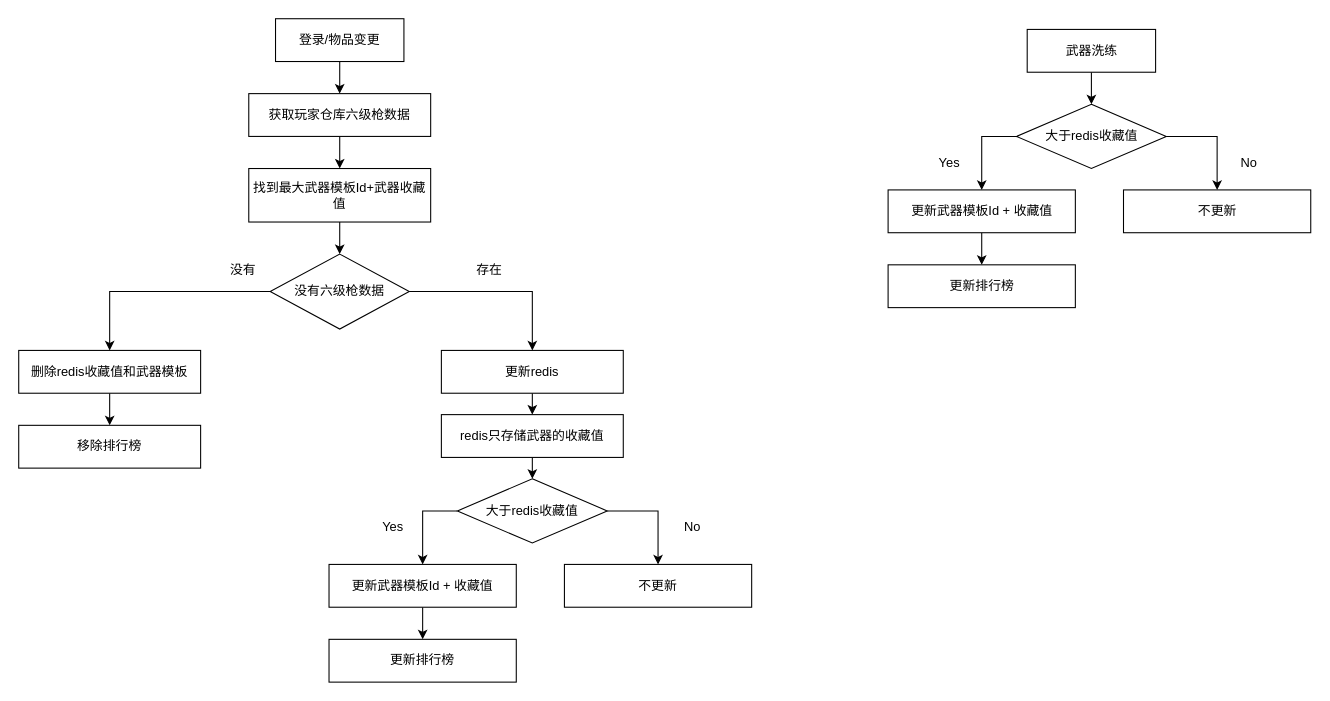
Above: SSJJ2/SSJJ2武器洗练排行榜.drawio in Ordertiny/graph (draw.io), before the change. Source tidied: cells renumbered, new cells numbered last; positions are measured from the earlier drawing's top-left corner, leaving out a move shared by most shapes. Both pictures are drawn from the tidied source at 107%, with x=0, y=0 at pixel (18, 18).
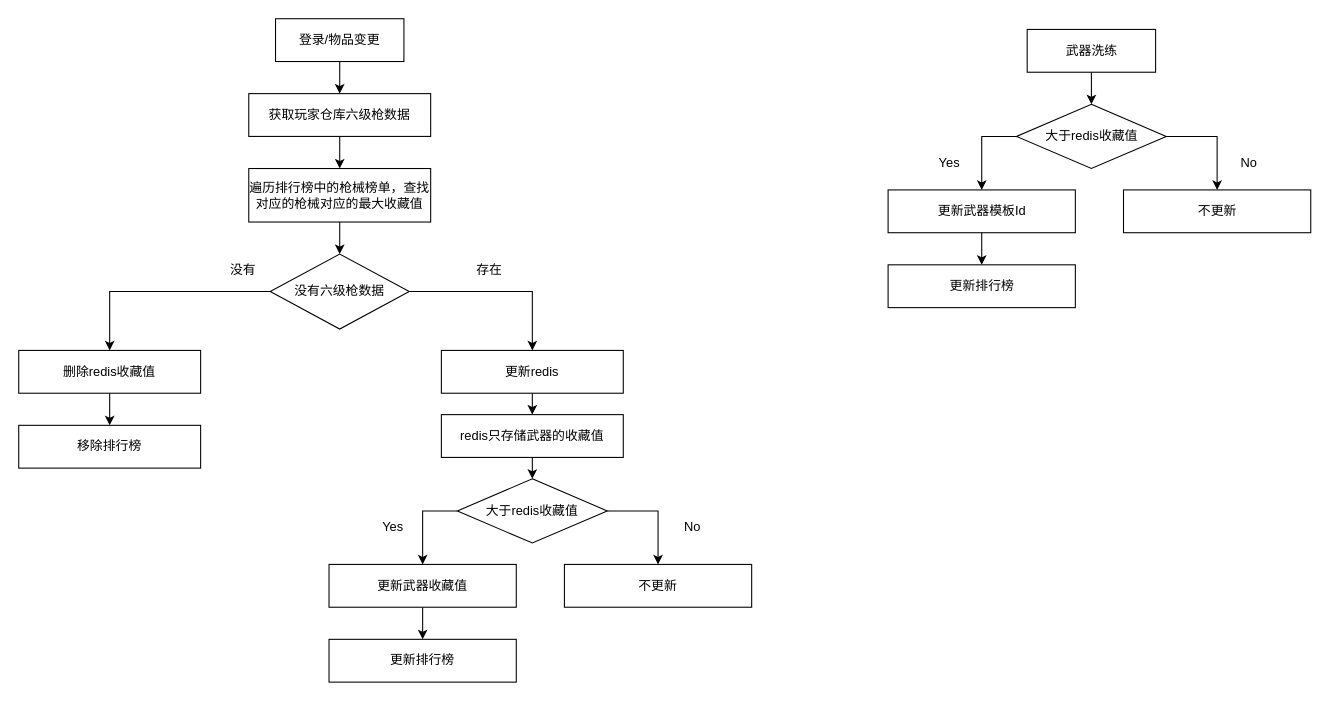
The same page after the edit.

Commit message:
更新SSJJ2武器洗练排行榜.drawio

What changed in the source:
```diff
@@
-    <mxCell id="7" value="找到最大武器模板Id+武器收藏值" style="rounded=0;whiteSpace=wrap;html=1;" parent="1" vertex="1">
+    <mxCell id="7" value="遍历排行榜中的枪械榜单，查找对应的枪械对应的最大收藏值" style="rounded=0;whiteSpace=wrap;html=1;" parent="1" vertex="1">
       <mxGeometry x="215" y="140" width="170" height="50" as="geometry" />
     </mxCell>
@@
-    <mxCell id="16" value="更新武器模板Id + 收藏值" style="rounded=0;whiteSpace=wrap;html=1;" parent="1" vertex="1">
+    <mxCell id="16" value="更新武器收藏值" style="rounded=0;whiteSpace=wrap;html=1;" parent="1" vertex="1">
       <mxGeometry x="290" y="510" width="175" height="40" as="geometry" />
     </mxCell>
@@
-    <mxCell id="22" value="删除redis收藏值和武器模板" style="rounded=0;whiteSpace=wrap;html=1;" parent="1" vertex="1">
+    <mxCell id="22" value="删除redis收藏值" style="rounded=0;whiteSpace=wrap;html=1;" parent="1" vertex="1">
       <mxGeometry y="310" width="170" height="40" as="geometry" />
     </mxCell>
@@
-    <mxCell id="33" value="更新武器模板Id + 收藏值" style="rounded=0;whiteSpace=wrap;html=1;" parent="1" vertex="1">
+    <mxCell id="33" value="更新武器模板Id" style="rounded=0;whiteSpace=wrap;html=1;" parent="1" vertex="1">
       <mxGeometry x="812.5" y="160" width="175" height="40" as="geometry" />
     </mxCell>
```
